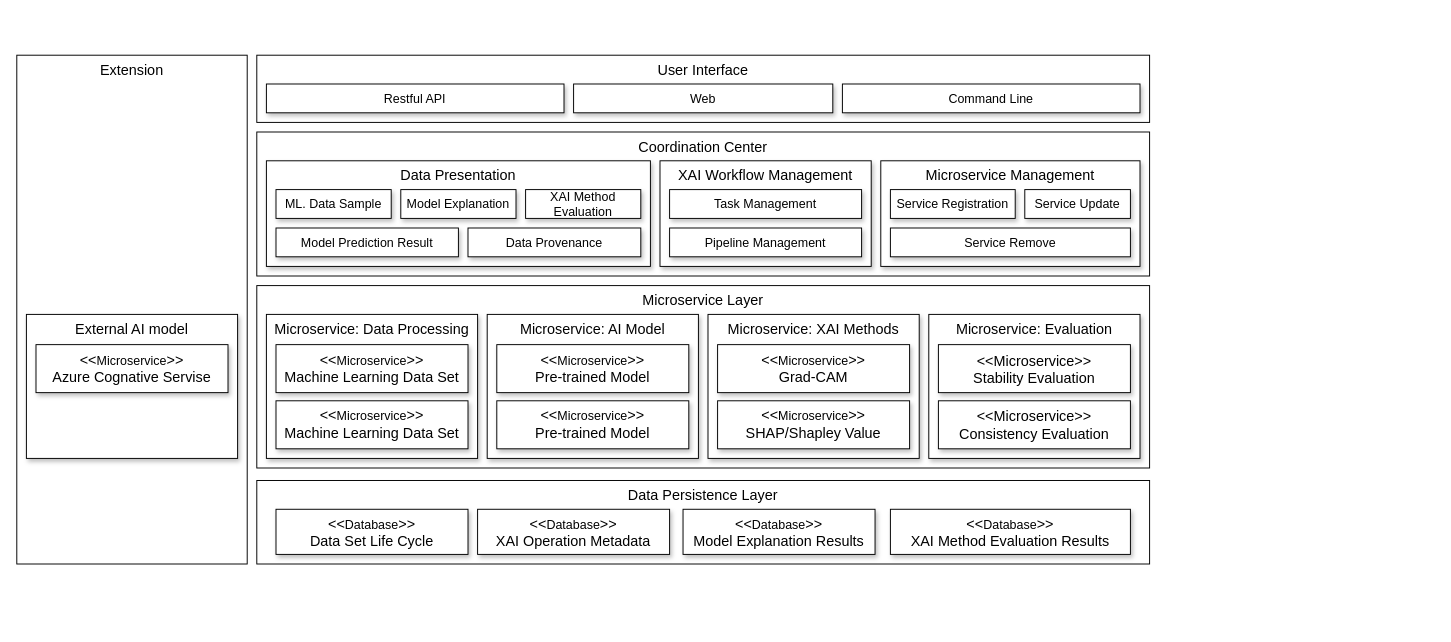
Earlier version of the draw.io diagram page "Sys Arch" (1 of 10) of docs/diagram.drawio (ZeruiW/XAI-Service). Source tidied: cells renumbered, new cells numbered last; positions are measured from the earlier drawing's top-left corner, leaving out a move shared by most shapes. Both pictures are drawn from the tidied source at 96%, with x=0, y=0 at pixel (16, 55).
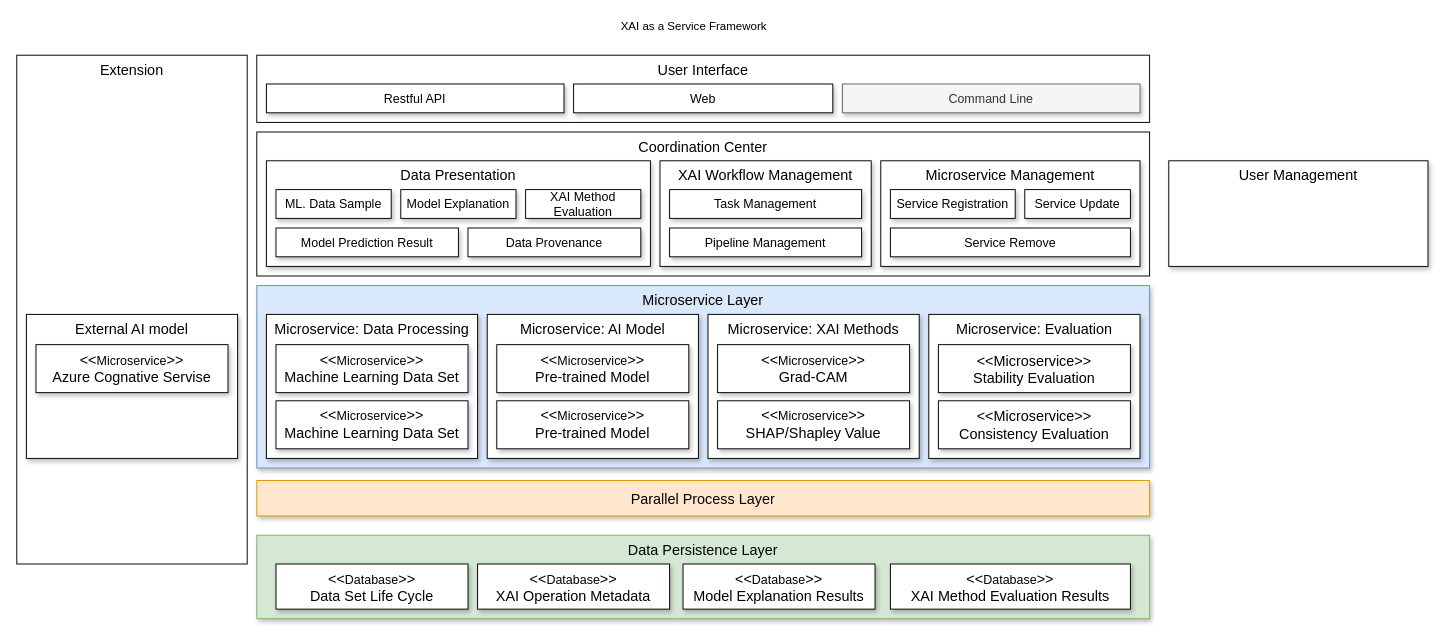
Above is the later version.

The edit, as a diff of the source:
```diff
@@
-    <mxCell id="4" value="Microservice Layer" style="rounded=0;whiteSpace=wrap;html=1;fontSize=15;verticalAlign=top;shadow=0;" parent="1" vertex="1">
+    <mxCell id="4" value="Microservice Layer" style="rounded=0;whiteSpace=wrap;html=1;fontSize=15;verticalAlign=top;shadow=1;fillColor=#dae8fc;strokeColor=#6c8ebf;" parent="1" vertex="1">
       <mxGeometry x="250" y="240" width="930" height="190" as="geometry" />
     </mxCell>
-    <mxCell id="5" value="Data Persistence Layer" style="rounded=0;whiteSpace=wrap;html=1;fontSize=15;verticalAlign=top;shadow=0;" parent="1" vertex="1">
-      <mxGeometry x="250" y="443" width="930" height="87" as="geometry" />
+    <mxCell id="5" value="Data Persistence Layer" style="rounded=0;whiteSpace=wrap;html=1;fontSize=15;verticalAlign=top;shadow=1;fillColor=#d5e8d4;strokeColor=#82b366;" parent="1" vertex="1">
+      <mxGeometry x="250" y="500" width="930" height="87" as="geometry" />
     </mxCell>
@@
-    <mxCell id="20" value="&lt;font style=&quot;font-size: 13px&quot;&gt;Command Line&lt;/font&gt;" style="rounded=0;whiteSpace=wrap;html=1;fontSize=13;align=center;verticalAlign=middle;shadow=1;" parent="1" vertex="1">
+    <mxCell id="20" value="&lt;font style=&quot;font-size: 13px&quot;&gt;Command Line&lt;/font&gt;" style="rounded=0;whiteSpace=wrap;html=1;fontSize=13;align=center;verticalAlign=middle;shadow=1;fillColor=#f5f5f5;fontColor=#333333;strokeColor=#666666;" parent="1" vertex="1">
       <mxGeometry x="860" y="30" width="310" height="30" as="geometry" />
     </mxCell>
     <mxCell id="21" value="&amp;lt;&amp;lt;&lt;span style=&quot;font-size: 13px&quot;&gt;Database&lt;/span&gt;&amp;gt;&amp;gt;&lt;br&gt;XAI Operation Metadata" style="rounded=0;whiteSpace=wrap;html=1;fontSize=15;verticalAlign=top;shadow=1;" parent="1" vertex="1">
-      <mxGeometry x="480" y="473" width="200" height="47" as="geometry" />
+      <mxGeometry x="480" y="530" width="200" height="47" as="geometry" />
     </mxCell>
     <mxCell id="22" value="&amp;lt;&amp;lt;&lt;span style=&quot;font-size: 13px&quot;&gt;Database&lt;/span&gt;&amp;gt;&amp;gt;&lt;br&gt;Model Explanation Results" style="rounded=0;whiteSpace=wrap;html=1;fontSize=15;verticalAlign=top;shadow=1;" parent="1" vertex="1">
-      <mxGeometry x="694" y="473" width="200" height="47" as="geometry" />
+      <mxGeometry x="694" y="530" width="200" height="47" as="geometry" />
     </mxCell>
     <mxCell id="23" value="&amp;lt;&amp;lt;&lt;span style=&quot;font-size: 13px&quot;&gt;Database&lt;/span&gt;&amp;gt;&amp;gt;&lt;br&gt;XAI Method Evaluation Results" style="rounded=0;whiteSpace=wrap;html=1;fontSize=15;verticalAlign=top;shadow=1;" parent="1" vertex="1">
-      <mxGeometry x="910" y="473" width="250" height="47" as="geometry" />
+      <mxGeometry x="910" y="530" width="250" height="47" as="geometry" />
     </mxCell>
@@
     <mxCell id="38" value="&amp;lt;&amp;lt;&lt;span style=&quot;font-size: 13px&quot;&gt;Database&lt;/span&gt;&amp;gt;&amp;gt;&lt;br&gt;Data Set Life Cycle" style="rounded=0;whiteSpace=wrap;html=1;fontSize=15;verticalAlign=top;shadow=1;" parent="1" vertex="1">
-      <mxGeometry x="270" y="473" width="200" height="47" as="geometry" />
+      <mxGeometry x="270" y="530" width="200" height="47" as="geometry" />
     </mxCell>
@@
+    <mxCell id="42" value="Parallel Process Layer" style="rounded=0;whiteSpace=wrap;html=1;fontSize=15;verticalAlign=middle;shadow=1;fillColor=#ffe6cc;strokeColor=#d79b00;" parent="1" vertex="1">
+      <mxGeometry x="250" y="443" width="930" height="37" as="geometry" />
+    </mxCell>
+    <mxCell id="43" value="XAI as a Service Framework" style="text;html=1;align=center;verticalAlign=middle;strokeColor=none;fillColor=none;" parent="1" vertex="1">
+      <mxGeometry x="620" y="-40" width="170" height="20" as="geometry" />
+    </mxCell>
+    <mxCell id="44" value="&lt;span style=&quot;font-size: 15px&quot;&gt;User Management&lt;/span&gt;" style="rounded=0;whiteSpace=wrap;html=1;fontSize=13;verticalAlign=top;shadow=1;" parent="1" vertex="1">
+      <mxGeometry x="1200" y="110" width="270" height="110" as="geometry" />
+    </mxCell>
```
